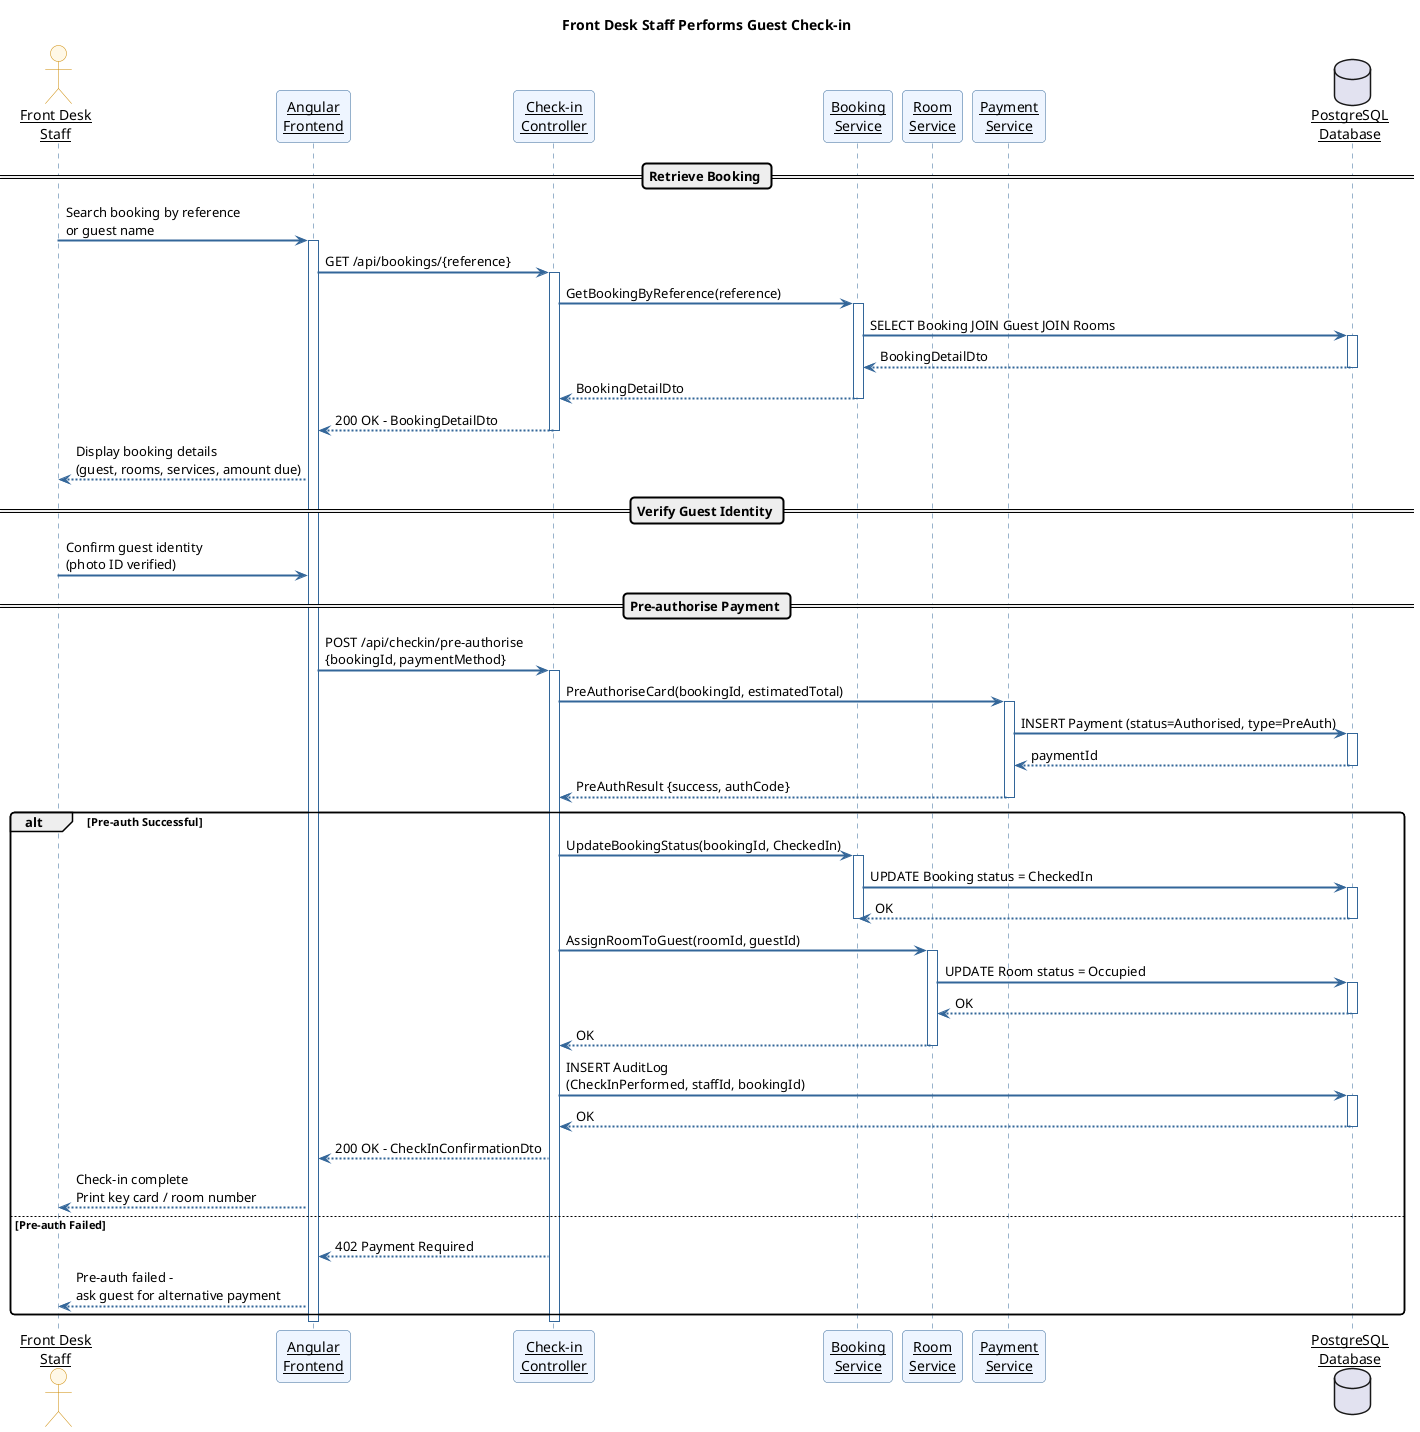
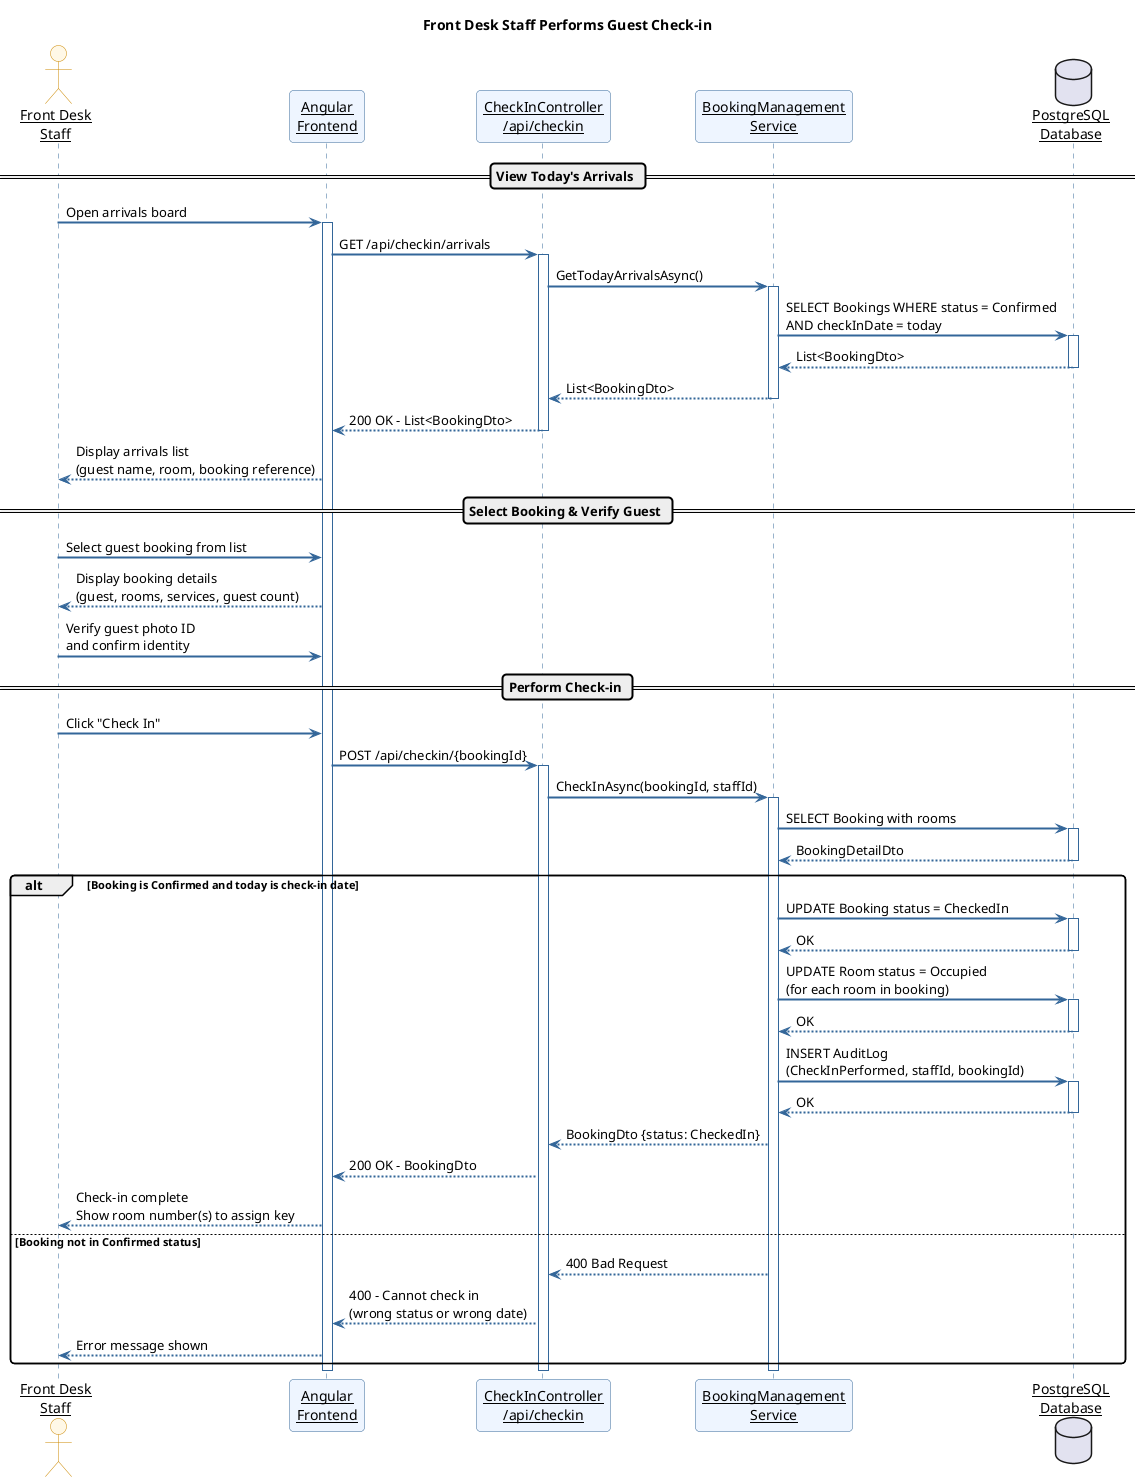
@startuml HMS_Seq_CheckIn
- ' Author: Aslan
+ ' Author: S2401265 Ahmed Aslan Ibrahim
' Sequence Diagram 2: Front Desk Staff Performs Guest Check-in

skinparam sequenceArrowThickness 2
skinparam roundcorner 8
skinparam sequenceParticipant underline
skinparam sequence {
  ParticipantBackgroundColor #EEF5FF
  ParticipantBorderColor #336699
  ActorBackgroundColor #FFF8E7
  ActorBorderColor #CC8800
  ArrowColor #336699
  LifeLineBorderColor #336699
}

title Front Desk Staff Performs Guest Check-in

actor "Front Desk\nStaff" as S
participant "Angular\nFrontend" as UI
- participant "Check-in\nController" as CC
- participant "Booking\nService" as BS
- participant "Room\nService" as RS
- participant "Payment\nService" as PS
+ participant "CheckInController\n/api/checkin" as CC
+ participant "BookingManagement\nService" as BS
database "PostgreSQL\nDatabase" as DB

- == Retrieve Booking ==
+ == View Today's Arrivals ==

- S -> UI : Search booking by reference\nor guest name
+ S -> UI : Open arrivals board
activate UI

- UI -> CC : GET /api/bookings/{reference}
+ UI -> CC : GET /api/checkin/arrivals
activate CC
- CC -> BS : GetBookingByReference(reference)
+ CC -> BS : GetTodayArrivalsAsync()
activate BS
- BS -> DB : SELECT Booking JOIN Guest JOIN Rooms
+ BS -> DB : SELECT Bookings WHERE status = Confirmed\nAND checkInDate = today
+ activate DB
+ DB --> BS : List<BookingDto>
+ deactivate DB
+ BS --> CC : List<BookingDto>
+ deactivate BS
+ CC --> UI : 200 OK – List<BookingDto>
+ deactivate CC
+ 
+ UI --> S : Display arrivals list\n(guest name, room, booking reference)
+ 
+ == Select Booking & Verify Guest ==
+ 
+ S -> UI : Select guest booking from list
+ UI --> S : Display booking details\n(guest, rooms, services, guest count)
+ 
+ S -> UI : Verify guest photo ID\nand confirm identity
+ 
+ == Perform Check-in ==
+ 
+ S -> UI : Click "Check In"
+ UI -> CC : POST /api/checkin/{bookingId}
+ activate CC
+ 
+ CC -> BS : CheckInAsync(bookingId, staffId)
+ activate BS
+ 
+ BS -> DB : SELECT Booking with rooms
activate DB
DB --> BS : BookingDetailDto
deactivate DB
- BS --> CC : BookingDetailDto
- deactivate BS
- CC --> UI : 200 OK – BookingDetailDto
- deactivate CC

- UI --> S : Display booking details\n(guest, rooms, services, amount due)
- 
- == Verify Guest Identity ==
- 
- S -> UI : Confirm guest identity\n(photo ID verified)
- 
- == Pre-authorise Payment ==
- 
- UI -> CC : POST /api/checkin/pre-authorise\n{bookingId, paymentMethod}
- activate CC
- CC -> PS : PreAuthoriseCard(bookingId, estimatedTotal)
- activate PS
- PS -> DB : INSERT Payment (status=Authorised, type=PreAuth)
- activate DB
- DB --> PS : paymentId
- deactivate DB
- PS --> CC : PreAuthResult {success, authCode}
- deactivate PS
- 
- alt Pre-auth Successful
-   CC -> BS : UpdateBookingStatus(bookingId, CheckedIn)
-   activate BS
+ alt Booking is Confirmed and today is check-in date
  BS -> DB : UPDATE Booking status = CheckedIn
  activate DB
  DB --> BS : OK
  deactivate DB
-   deactivate BS

-   CC -> RS : AssignRoomToGuest(roomId, guestId)
-   activate RS
-   RS -> DB : UPDATE Room status = Occupied
+   BS -> DB : UPDATE Room status = Occupied\n(for each room in booking)
  activate DB
-   DB --> RS : OK
-   deactivate DB
-   RS --> CC : OK
-   deactivate RS
- 
-   CC -> DB : INSERT AuditLog\n(CheckInPerformed, staffId, bookingId)
-   activate DB
-   DB --> CC : OK
+   DB --> BS : OK
  deactivate DB

-   CC --> UI : 200 OK – CheckInConfirmationDto
-   UI --> S : Check-in complete\nPrint key card / room number
- else Pre-auth Failed
-   CC --> UI : 402 Payment Required
-   UI --> S : Pre-auth failed –\nask guest for alternative payment
+   BS -> DB : INSERT AuditLog\n(CheckInPerformed, staffId, bookingId)
+   activate DB
+   DB --> BS : OK
+   deactivate DB
+ 
+   BS --> CC : BookingDto {status: CheckedIn}
+   CC --> UI : 200 OK – BookingDto
+   UI --> S : Check-in complete\nShow room number(s) to assign key
+ 
+ else Booking not in Confirmed status
+   BS --> CC : 400 Bad Request
+   CC --> UI : 400 – Cannot check in\n(wrong status or wrong date)
+   UI --> S : Error message shown
end

+ deactivate BS
deactivate CC
deactivate UI

@enduml
